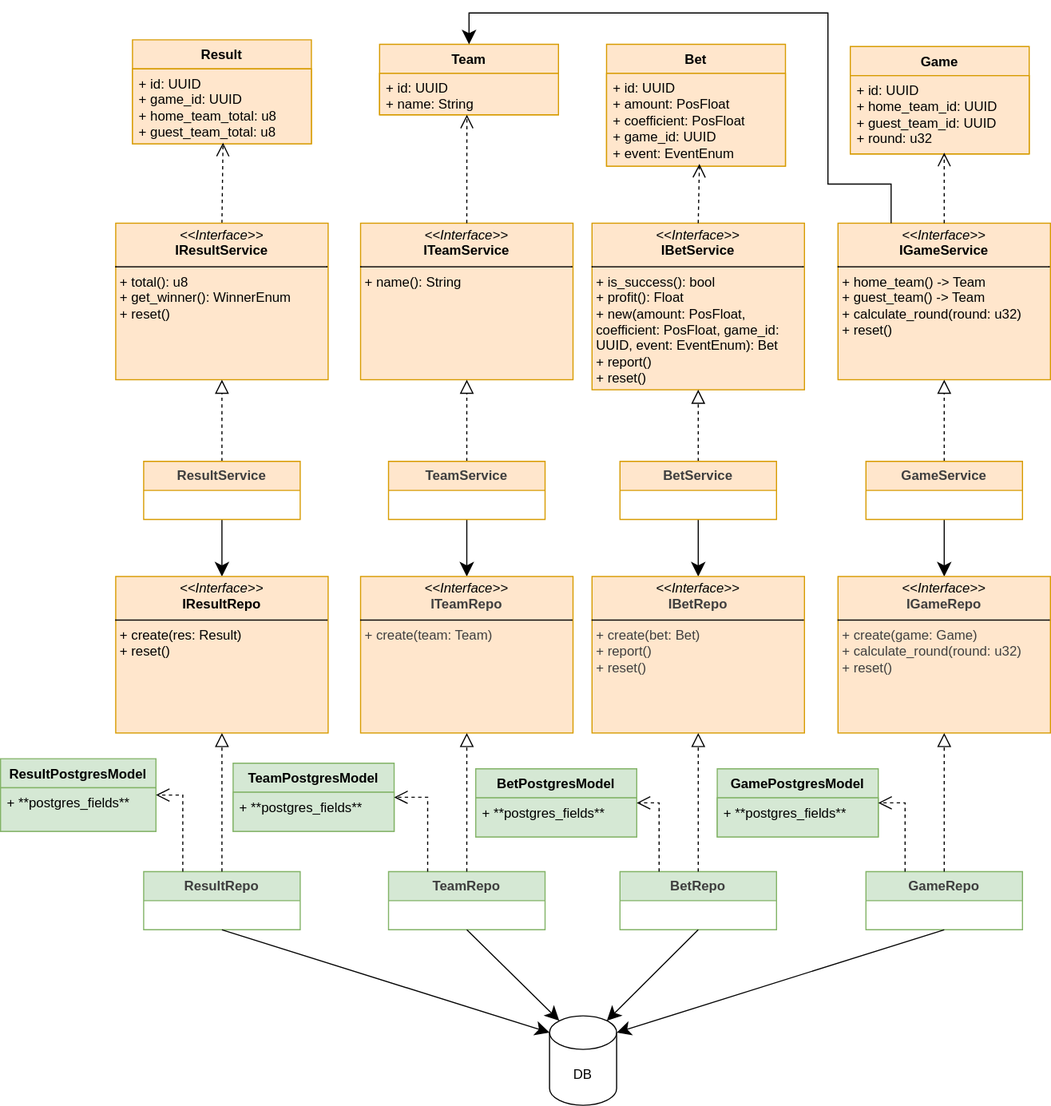
Above: report/img/UML.svg in AnGREATern/RomBet (draw.io), before the change. Source tidied: cells renumbered, new cells last; positions are measured from the earlier drawing's top-left corner, leaving out a move shared by most shapes.
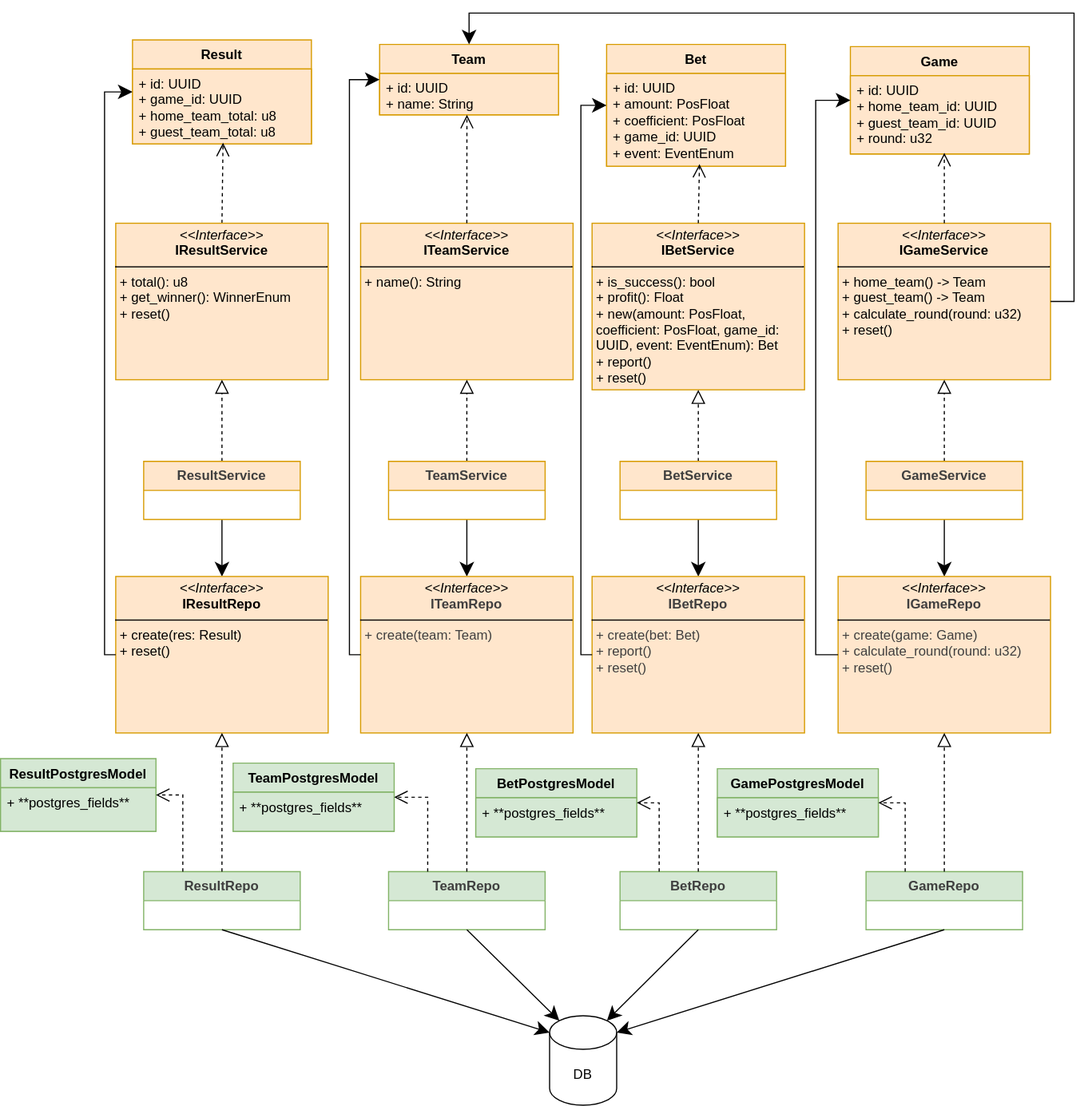
Later version of the same file.

Commit message:
Add fresh uml in md

The edit, as a diff of the source:
```diff
@@ -173,15 +173,31 @@
     <mxCell id="58" style="edgeStyle=orthogonalEdgeStyle;html=1;entryX=1;entryY=0.5;entryDx=0;entryDy=0;dashed=1;endArrow=open;endFill=0;targetPerimeterSpacing=0;endSize=10;startSize=6;rounded=0;curved=0;exitX=0.25;exitY=0;exitDx=0;exitDy=0;" parent="1" edge="1" source="37" target="56">
       <mxGeometry relative="1" as="geometry" />
     </mxCell>
-    <mxCell id="59" style="edgeStyle=orthogonalEdgeStyle;html=1;exitX=0.25;exitY=0;exitDx=0;exitDy=0;entryX=0.5;entryY=0;entryDx=0;entryDy=0;endSize=10;rounded=0;" parent="1" edge="1" source="14" target="2">
+    <mxCell id="59" style="edgeStyle=orthogonalEdgeStyle;html=1;exitX=1;exitY=0.5;exitDx=0;exitDy=0;entryX=0.5;entryY=0;entryDx=0;entryDy=0;endSize=10;rounded=0;" parent="1" edge="1" source="14" target="2">
       <mxGeometry relative="1" as="geometry">
         <Array as="points">
-          <mxPoint x="797" y="153" />
-          <mxPoint x="740" y="153" />
-          <mxPoint x="740" />
+          <mxPoint x="960" y="258" />
+          <mxPoint x="960" />
           <mxPoint x="419" />
         </Array>
       </mxGeometry>
     </mxCell>
+    <mxCell id="60" style="edgeStyle=orthogonalEdgeStyle;html=1;exitX=0;exitY=0.5;exitDx=0;exitDy=0;entryX=0;entryY=0.5;entryDx=0;entryDy=0;endSize=10;rounded=0;curved=0;" parent="1" edge="1" source="30" target="8">
+      <mxGeometry relative="1" as="geometry" />
+    </mxCell>
+    <mxCell id="61" style="edgeStyle=orthogonalEdgeStyle;html=1;entryX=0;entryY=0.5;entryDx=0;entryDy=0;endSize=10;rounded=0;curved=0;exitX=0;exitY=0.5;exitDx=0;exitDy=0;" parent="1" edge="1" source="31" target="2">
+      <mxGeometry relative="1" as="geometry" />
+    </mxCell>
+    <mxCell id="62" style="edgeStyle=orthogonalEdgeStyle;html=1;entryX=0;entryY=0.5;entryDx=0;entryDy=0;endSize=10;rounded=0;curved=0;exitX=0;exitY=0.5;exitDx=0;exitDy=0;" parent="1" edge="1" source="32" target="6">
+      <mxGeometry relative="1" as="geometry" />
+    </mxCell>
+    <mxCell id="63" style="edgeStyle=orthogonalEdgeStyle;html=1;entryX=0;entryY=0.5;entryDx=0;entryDy=0;endSize=10;rounded=0;curved=0;exitX=0;exitY=0.5;exitDx=0;exitDy=0;" parent="1" edge="1" source="33" target="4">
+      <mxGeometry relative="1" as="geometry">
+        <Array as="points">
+          <mxPoint x="729" y="574" />
+          <mxPoint x="729" y="78" />
+        </Array>
+      </mxGeometry>
+    </mxCell>
   </root>
 </mxGraphModel>
```
